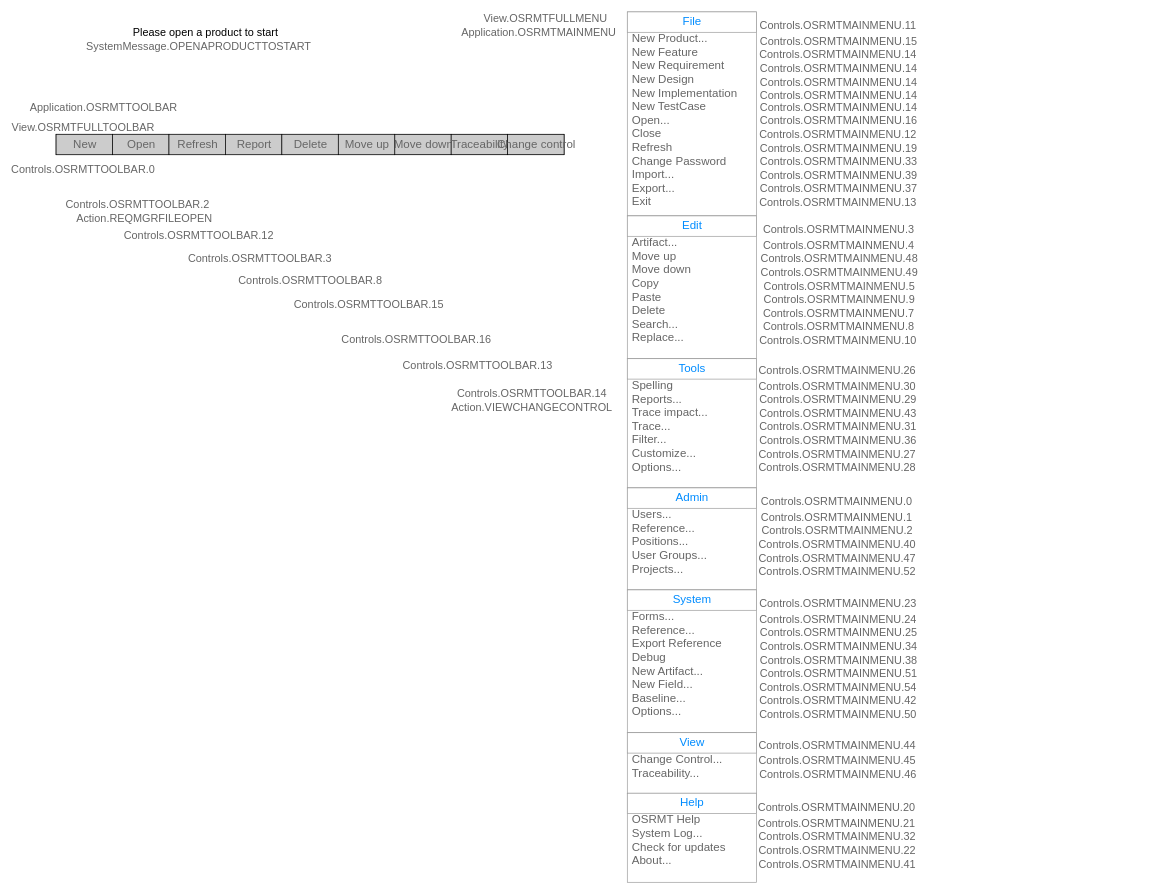
Before: page "Main Window" (5 of 5) of hnc.drawio in haclong/drawings, a draw.io diagram. Source tidied: cells renumbered, new cells numbered last; positions are measured from the earlier drawing's top-left corner, leaving out a move shared by most shapes. Both pictures are drawn from the tidied source at 68%, with x=0, y=0 at pixel (56, 12).
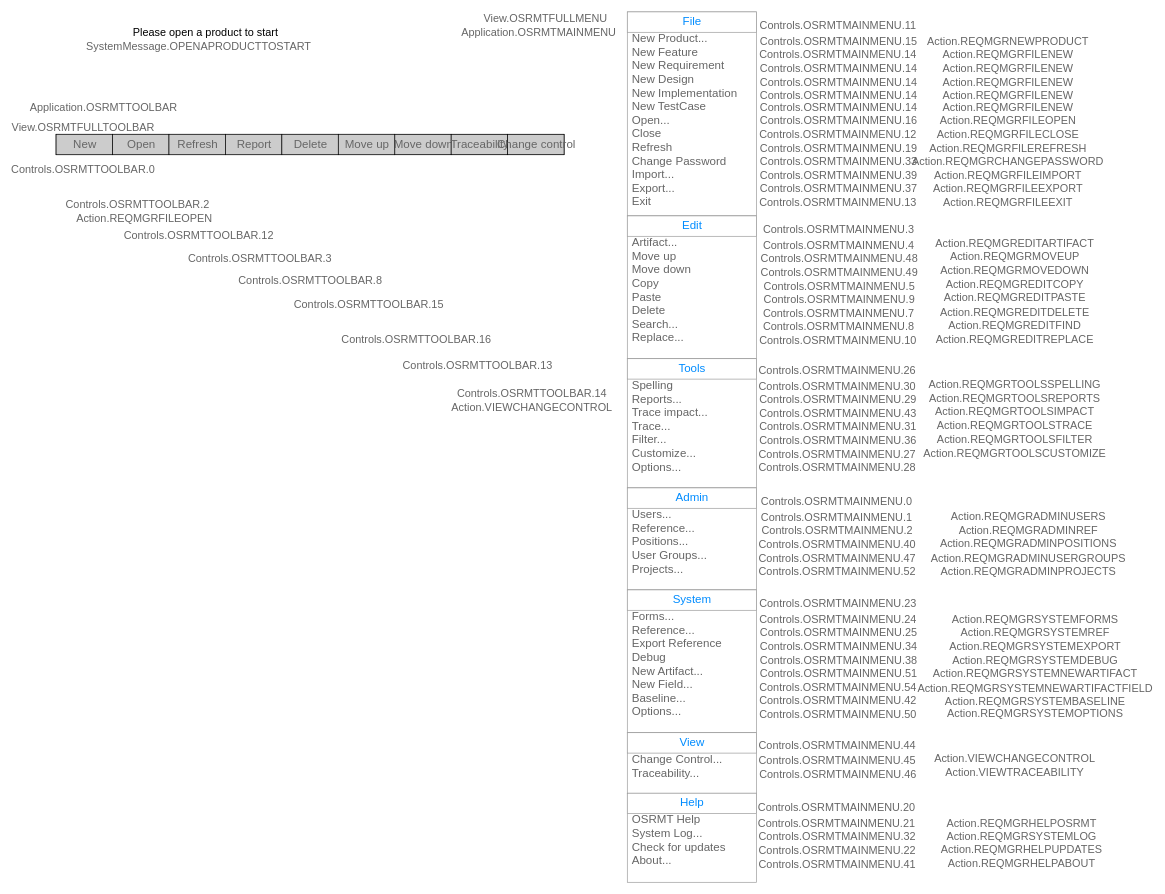
The same diagram, later.

The edit, as a diff of the source:
```diff
@@
+    <mxCell id="145" value="Action.REQMGRNEWPRODUCT" style="text;html=1;strokeColor=none;fillColor=none;align=center;verticalAlign=middle;whiteSpace=wrap;rounded=0;fontSize=16;fontColor=#666666;" parent="1" vertex="1">
+      <mxGeometry x="1380" y="33" width="40" height="20" as="geometry" />
+    </mxCell>
+    <mxCell id="146" value="Action.REQMGRFILENEW" style="text;html=1;strokeColor=none;fillColor=none;align=center;verticalAlign=middle;whiteSpace=wrap;rounded=0;fontSize=16;fontColor=#666666;" parent="1" vertex="1">
+      <mxGeometry x="1380" y="53" width="40" height="20" as="geometry" />
+    </mxCell>
+    <mxCell id="147" value="Action.REQMGRFILENEW" style="text;html=1;strokeColor=none;fillColor=none;align=center;verticalAlign=middle;whiteSpace=wrap;rounded=0;fontSize=16;fontColor=#666666;" parent="1" vertex="1">
+      <mxGeometry x="1380" y="73" width="40" height="20" as="geometry" />
+    </mxCell>
+    <mxCell id="148" value="Action.REQMGRFILENEW" style="text;html=1;strokeColor=none;fillColor=none;align=center;verticalAlign=middle;whiteSpace=wrap;rounded=0;fontSize=16;fontColor=#666666;" parent="1" vertex="1">
+      <mxGeometry x="1380" y="93" width="40" height="20" as="geometry" />
+    </mxCell>
+    <mxCell id="149" value="Action.REQMGRFILENEW" style="text;html=1;strokeColor=none;fillColor=none;align=center;verticalAlign=middle;whiteSpace=wrap;rounded=0;fontSize=16;fontColor=#666666;" parent="1" vertex="1">
+      <mxGeometry x="1380" y="113" width="40" height="20" as="geometry" />
+    </mxCell>
+    <mxCell id="150" value="Action.REQMGRFILENEW" style="text;html=1;strokeColor=none;fillColor=none;align=center;verticalAlign=middle;whiteSpace=wrap;rounded=0;fontSize=16;fontColor=#666666;" parent="1" vertex="1">
+      <mxGeometry x="1380" y="130" width="40" height="20" as="geometry" />
+    </mxCell>
+    <mxCell id="151" value="Action.REQMGRFILEOPEN" style="text;html=1;strokeColor=none;fillColor=none;align=center;verticalAlign=middle;whiteSpace=wrap;rounded=0;fontSize=16;fontColor=#666666;" parent="1" vertex="1">
+      <mxGeometry x="1380" y="150" width="40" height="20" as="geometry" />
+    </mxCell>
+    <mxCell id="152" value="Action.REQMGRFILECLOSE" style="text;html=1;strokeColor=none;fillColor=none;align=center;verticalAlign=middle;whiteSpace=wrap;rounded=0;fontSize=16;fontColor=#666666;" parent="1" vertex="1">
+      <mxGeometry x="1380" y="170" width="40" height="20" as="geometry" />
+    </mxCell>
+    <mxCell id="153" value="Action.REQMGRFILEREFRESH" style="text;html=1;strokeColor=none;fillColor=none;align=center;verticalAlign=middle;whiteSpace=wrap;rounded=0;fontSize=16;fontColor=#666666;" parent="1" vertex="1">
+      <mxGeometry x="1380" y="190" width="40" height="20" as="geometry" />
+    </mxCell>
+    <mxCell id="154" value="Action.REQMGRCHANGEPASSWORD" style="text;html=1;strokeColor=none;fillColor=none;align=center;verticalAlign=middle;whiteSpace=wrap;rounded=0;fontSize=16;fontColor=#666666;" parent="1" vertex="1">
+      <mxGeometry x="1380" y="210" width="40" height="20" as="geometry" />
+    </mxCell>
+    <mxCell id="155" value="Action.REQMGRFILEIMPORT" style="text;html=1;strokeColor=none;fillColor=none;align=center;verticalAlign=middle;whiteSpace=wrap;rounded=0;fontSize=16;fontColor=#666666;" parent="1" vertex="1">
+      <mxGeometry x="1380" y="230" width="40" height="20" as="geometry" />
+    </mxCell>
+    <mxCell id="156" value="Action.REQMGRFILEEXPORT" style="text;html=1;strokeColor=none;fillColor=none;align=center;verticalAlign=middle;whiteSpace=wrap;rounded=0;fontSize=16;fontColor=#666666;" parent="1" vertex="1">
+      <mxGeometry x="1380" y="250" width="40" height="20" as="geometry" />
+    </mxCell>
+    <mxCell id="157" value="Action.REQMGRFILEEXIT" style="text;html=1;strokeColor=none;fillColor=none;align=center;verticalAlign=middle;whiteSpace=wrap;rounded=0;fontSize=16;fontColor=#666666;" parent="1" vertex="1">
+      <mxGeometry x="1380" y="270" width="40" height="20" as="geometry" />
+    </mxCell>
+    <mxCell id="158" value="Action.REQMGREDITARTIFACT" style="text;html=1;strokeColor=none;fillColor=none;align=center;verticalAlign=middle;whiteSpace=wrap;rounded=0;fontSize=16;fontColor=#666666;" parent="1" vertex="1">
+      <mxGeometry x="1390" y="330" width="40" height="20" as="geometry" />
+    </mxCell>
+    <mxCell id="159" value="Action.REQMGRMOVEUP" style="text;html=1;strokeColor=none;fillColor=none;align=center;verticalAlign=middle;whiteSpace=wrap;rounded=0;fontSize=16;fontColor=#666666;" parent="1" vertex="1">
+      <mxGeometry x="1390" y="350" width="40" height="20" as="geometry" />
+    </mxCell>
+    <mxCell id="160" value="Action.REQMGRMOVEDOWN" style="text;html=1;strokeColor=none;fillColor=none;align=center;verticalAlign=middle;whiteSpace=wrap;rounded=0;fontSize=16;fontColor=#666666;" parent="1" vertex="1">
+      <mxGeometry x="1390" y="370" width="40" height="20" as="geometry" />
+    </mxCell>
+    <mxCell id="161" value="Action.REQMGREDITCOPY" style="text;html=1;strokeColor=none;fillColor=none;align=center;verticalAlign=middle;whiteSpace=wrap;rounded=0;fontSize=16;fontColor=#666666;" parent="1" vertex="1">
+      <mxGeometry x="1390" y="390" width="40" height="20" as="geometry" />
+    </mxCell>
+    <mxCell id="162" value="Action.REQMGREDITPASTE" style="text;html=1;strokeColor=none;fillColor=none;align=center;verticalAlign=middle;whiteSpace=wrap;rounded=0;fontSize=16;fontColor=#666666;" parent="1" vertex="1">
+      <mxGeometry x="1390" y="410" width="40" height="20" as="geometry" />
+    </mxCell>
+    <mxCell id="163" value="Action.REQMGREDITDELETE" style="text;html=1;strokeColor=none;fillColor=none;align=center;verticalAlign=middle;whiteSpace=wrap;rounded=0;fontSize=16;fontColor=#666666;" parent="1" vertex="1">
+      <mxGeometry x="1390" y="431" width="40" height="20" as="geometry" />
+    </mxCell>
+    <mxCell id="164" value="Action.REQMGREDITFIND" style="text;html=1;strokeColor=none;fillColor=none;align=center;verticalAlign=middle;whiteSpace=wrap;rounded=0;fontSize=16;fontColor=#666666;" parent="1" vertex="1">
+      <mxGeometry x="1390" y="451" width="40" height="20" as="geometry" />
+    </mxCell>
+    <mxCell id="165" value="Action.REQMGREDITREPLACE" style="text;html=1;strokeColor=none;fillColor=none;align=center;verticalAlign=middle;whiteSpace=wrap;rounded=0;fontSize=16;fontColor=#666666;" parent="1" vertex="1">
+      <mxGeometry x="1390" y="472" width="40" height="20" as="geometry" />
+    </mxCell>
+    <mxCell id="166" value="Action.REQMGRTOOLSSPELLING" style="text;html=1;strokeColor=none;fillColor=none;align=center;verticalAlign=middle;whiteSpace=wrap;rounded=0;fontSize=16;fontColor=#666666;" parent="1" vertex="1">
+      <mxGeometry x="1390" y="538" width="40" height="20" as="geometry" />
+    </mxCell>
+    <mxCell id="167" value="Action.REQMGRTOOLSREPORTS" style="text;html=1;strokeColor=none;fillColor=none;align=center;verticalAlign=middle;whiteSpace=wrap;rounded=0;fontSize=16;fontColor=#666666;" parent="1" vertex="1">
+      <mxGeometry x="1390" y="558" width="40" height="20" as="geometry" />
+    </mxCell>
+    <mxCell id="168" value="Action.REQMGRTOOLSIMPACT" style="text;html=1;strokeColor=none;fillColor=none;align=center;verticalAlign=middle;whiteSpace=wrap;rounded=0;fontSize=16;fontColor=#666666;" parent="1" vertex="1">
+      <mxGeometry x="1390" y="578" width="40" height="20" as="geometry" />
+    </mxCell>
+    <mxCell id="169" value="Action.REQMGRTOOLSTRACE" style="text;html=1;strokeColor=none;fillColor=none;align=center;verticalAlign=middle;whiteSpace=wrap;rounded=0;fontSize=16;fontColor=#666666;" parent="1" vertex="1">
+      <mxGeometry x="1390" y="598" width="40" height="20" as="geometry" />
+    </mxCell>
+    <mxCell id="170" value="Action.REQMGRTOOLSFILTER" style="text;html=1;strokeColor=none;fillColor=none;align=center;verticalAlign=middle;whiteSpace=wrap;rounded=0;fontSize=16;fontColor=#666666;" parent="1" vertex="1">
+      <mxGeometry x="1390" y="619" width="40" height="20" as="geometry" />
+    </mxCell>
+    <mxCell id="171" value="Action.REQMGRTOOLSCUSTOMIZE" style="text;html=1;strokeColor=none;fillColor=none;align=center;verticalAlign=middle;whiteSpace=wrap;rounded=0;fontSize=16;fontColor=#666666;" parent="1" vertex="1">
+      <mxGeometry x="1390" y="639" width="40" height="20" as="geometry" />
+    </mxCell>
+    <mxCell id="172" value="Action.REQMGRADMINUSERS" style="text;html=1;strokeColor=none;fillColor=none;align=center;verticalAlign=middle;whiteSpace=wrap;rounded=0;fontSize=16;fontColor=#666666;" parent="1" vertex="1">
+      <mxGeometry x="1410" y="732" width="40" height="20" as="geometry" />
+    </mxCell>
+    <mxCell id="173" value="Action.REQMGRADMINREF" style="text;html=1;strokeColor=none;fillColor=none;align=center;verticalAlign=middle;whiteSpace=wrap;rounded=0;fontSize=16;fontColor=#666666;" parent="1" vertex="1">
+      <mxGeometry x="1410" y="752" width="40" height="20" as="geometry" />
+    </mxCell>
+    <mxCell id="174" value="Action.REQMGRADMINPOSITIONS" style="text;html=1;strokeColor=none;fillColor=none;align=center;verticalAlign=middle;whiteSpace=wrap;rounded=0;fontSize=16;fontColor=#666666;" parent="1" vertex="1">
+      <mxGeometry x="1410" y="772" width="40" height="20" as="geometry" />
+    </mxCell>
+    <mxCell id="175" value="Action.REQMGRADMINUSERGROUPS" style="text;html=1;strokeColor=none;fillColor=none;align=center;verticalAlign=middle;whiteSpace=wrap;rounded=0;fontSize=16;fontColor=#666666;" parent="1" vertex="1">
+      <mxGeometry x="1410" y="793" width="40" height="20" as="geometry" />
+    </mxCell>
+    <mxCell id="176" value="Action.REQMGRADMINPROJECTS" style="text;html=1;strokeColor=none;fillColor=none;align=center;verticalAlign=middle;whiteSpace=wrap;rounded=0;fontSize=16;fontColor=#666666;" parent="1" vertex="1">
+      <mxGeometry x="1410" y="813" width="40" height="20" as="geometry" />
+    </mxCell>
+    <mxCell id="177" value="Action.REQMGRSYSTEMFORMS" style="text;html=1;strokeColor=none;fillColor=none;align=center;verticalAlign=middle;whiteSpace=wrap;rounded=0;fontSize=16;fontColor=#666666;" parent="1" vertex="1">
+      <mxGeometry x="1420" y="883" width="40" height="20" as="geometry" />
+    </mxCell>
+    <mxCell id="178" value="Action.REQMGRSYSTEMREF" style="text;html=1;strokeColor=none;fillColor=none;align=center;verticalAlign=middle;whiteSpace=wrap;rounded=0;fontSize=16;fontColor=#666666;" parent="1" vertex="1">
+      <mxGeometry x="1420" y="903" width="40" height="20" as="geometry" />
+    </mxCell>
+    <mxCell id="179" value="Action.REQMGRSYSTEMEXPORT" style="text;html=1;strokeColor=none;fillColor=none;align=center;verticalAlign=middle;whiteSpace=wrap;rounded=0;fontSize=16;fontColor=#666666;" parent="1" vertex="1">
+      <mxGeometry x="1420" y="923" width="40" height="20" as="geometry" />
+    </mxCell>
+    <mxCell id="180" value="Action.REQMGRSYSTEMDEBUG" style="text;html=1;strokeColor=none;fillColor=none;align=center;verticalAlign=middle;whiteSpace=wrap;rounded=0;fontSize=16;fontColor=#666666;" parent="1" vertex="1">
+      <mxGeometry x="1420" y="943" width="40" height="20" as="geometry" />
+    </mxCell>
+    <mxCell id="181" value="Action.REQMGRSYSTEMNEWARTIFACT" style="text;html=1;strokeColor=none;fillColor=none;align=center;verticalAlign=middle;whiteSpace=wrap;rounded=0;fontSize=16;fontColor=#666666;" parent="1" vertex="1">
+      <mxGeometry x="1420" y="963" width="40" height="20" as="geometry" />
+    </mxCell>
+    <mxCell id="182" value="Action.REQMGRSYSTEMNEWARTIFACTFIELD" style="text;html=1;strokeColor=none;fillColor=none;align=center;verticalAlign=middle;whiteSpace=wrap;rounded=0;fontSize=16;fontColor=#666666;" parent="1" vertex="1">
+      <mxGeometry x="1420" y="984" width="40" height="20" as="geometry" />
+    </mxCell>
+    <mxCell id="183" value="Action.REQMGRSYSTEMBASELINE" style="text;html=1;strokeColor=none;fillColor=none;align=center;verticalAlign=middle;whiteSpace=wrap;rounded=0;fontSize=16;fontColor=#666666;" parent="1" vertex="1">
+      <mxGeometry x="1420" y="1004" width="40" height="20" as="geometry" />
+    </mxCell>
+    <mxCell id="184" value="Action.REQMGRSYSTEMOPTIONS" style="text;html=1;strokeColor=none;fillColor=none;align=center;verticalAlign=middle;whiteSpace=wrap;rounded=0;fontSize=16;fontColor=#666666;" parent="1" vertex="1">
+      <mxGeometry x="1420" y="1022" width="40" height="20" as="geometry" />
+    </mxCell>
+    <mxCell id="185" value="Action.REQMGRHELPOSRMT" style="text;html=1;strokeColor=none;fillColor=none;align=center;verticalAlign=middle;whiteSpace=wrap;rounded=0;fontSize=16;fontColor=#666666;" parent="1" vertex="1">
+      <mxGeometry x="1400" y="1183" width="40" height="20" as="geometry" />
+    </mxCell>
+    <mxCell id="186" value="Action.REQMGRSYSTEMLOG" style="text;html=1;strokeColor=none;fillColor=none;align=center;verticalAlign=middle;whiteSpace=wrap;rounded=0;fontSize=16;fontColor=#666666;" parent="1" vertex="1">
+      <mxGeometry x="1400" y="1203" width="40" height="20" as="geometry" />
+    </mxCell>
+    <mxCell id="187" value="Action.REQMGRHELPUPDATES" style="text;html=1;strokeColor=none;fillColor=none;align=center;verticalAlign=middle;whiteSpace=wrap;rounded=0;fontSize=16;fontColor=#666666;" parent="1" vertex="1">
+      <mxGeometry x="1400" y="1222" width="40" height="20" as="geometry" />
+    </mxCell>
+    <mxCell id="188" value="Action.REQMGRHELPABOUT" style="text;html=1;strokeColor=none;fillColor=none;align=center;verticalAlign=middle;whiteSpace=wrap;rounded=0;fontSize=16;fontColor=#666666;" parent="1" vertex="1">
+      <mxGeometry x="1400" y="1242" width="40" height="20" as="geometry" />
+    </mxCell>
+    <mxCell id="189" value="Action.VIEWCHANGECONTROL" style="text;html=1;strokeColor=none;fillColor=none;align=center;verticalAlign=middle;whiteSpace=wrap;rounded=0;fontSize=16;fontColor=#666666;" parent="1" vertex="1">
+      <mxGeometry x="1390" y="1087.5" width="40" height="20" as="geometry" />
+    </mxCell>
+    <mxCell id="190" value="Action.VIEWTRACEABILITY" style="text;html=1;strokeColor=none;fillColor=none;align=center;verticalAlign=middle;whiteSpace=wrap;rounded=0;fontSize=16;fontColor=#666666;" parent="1" vertex="1">
+      <mxGeometry x="1390" y="1107.5" width="40" height="20" as="geometry" />
+    </mxCell>
```
